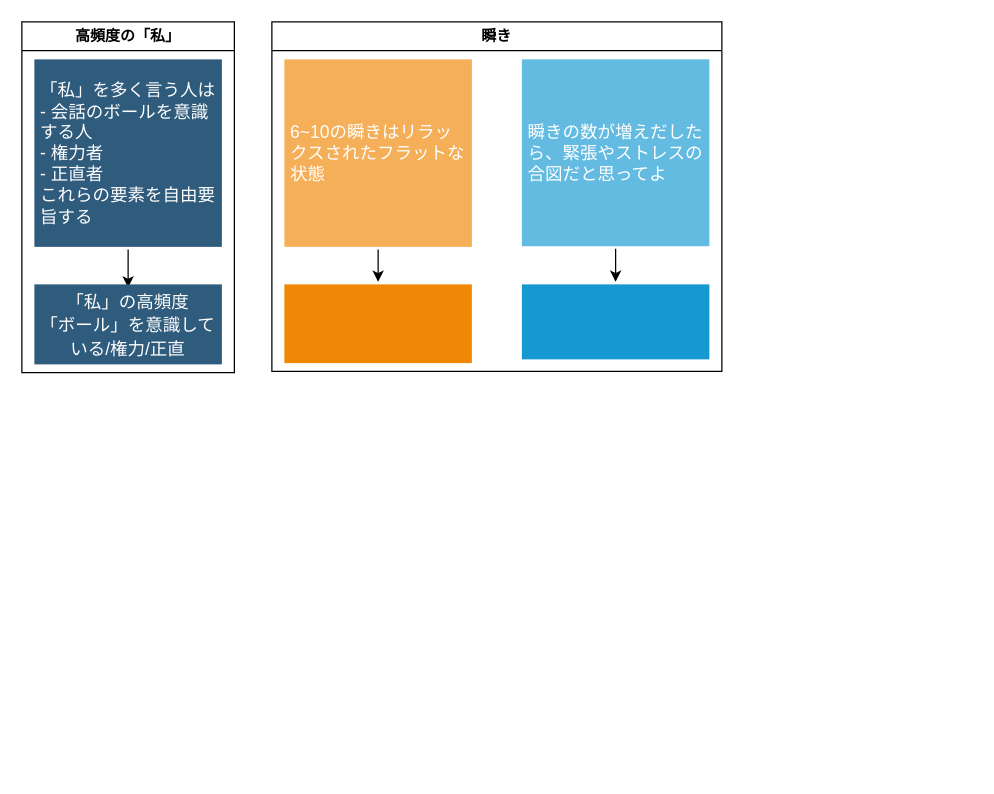
minegishirei/psy keeps this draw.io diagram as draw.io/read_eye.drawio. Above is the earlier version. Source tidied: cells renumbered, new cells numbered last; positions are measured from the earlier drawing's top-left corner, leaving out a move shared by most shapes. Both pictures are drawn from the tidied source at 125%, with x=0, y=0 at pixel (21, 21).
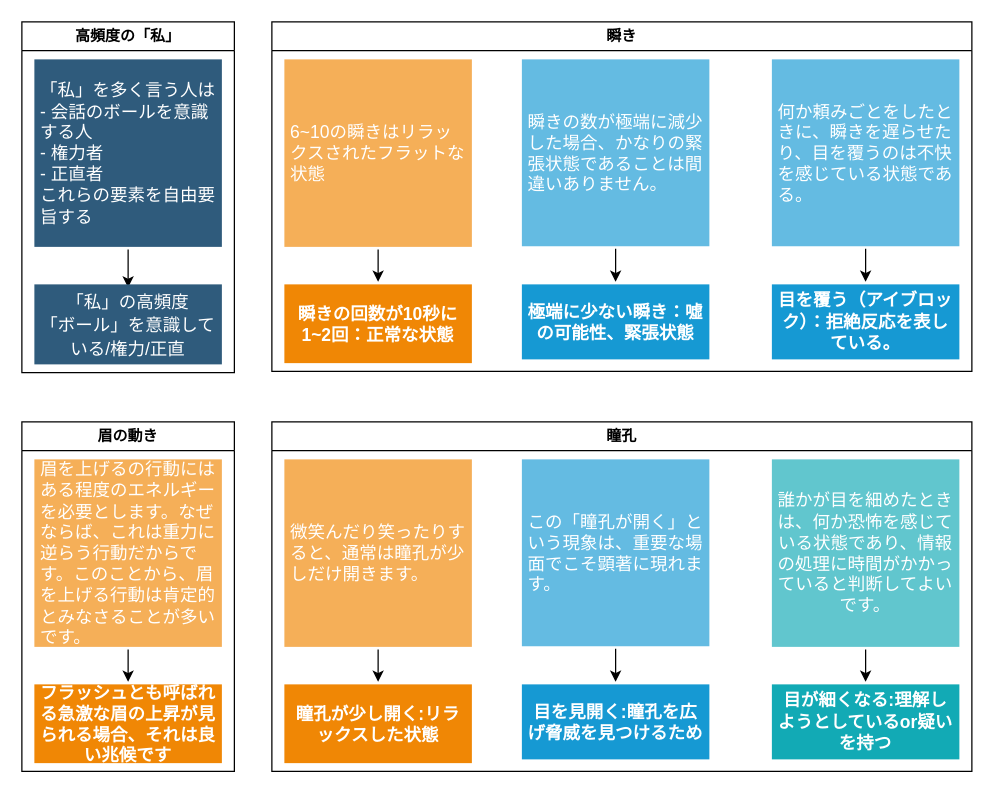
After the change.

Commit message (it also covers changes not shown here):
read_eye.drawio を更新します

The edit, as a diff of the source:
```diff
@@
     <mxCell id="6" value="瞬き" style="swimlane;whiteSpace=wrap;html=1;startSize=23;" parent="1" vertex="1">
-      <mxGeometry x="200" width="360" height="279.5" as="geometry" />
+      <mxGeometry x="200" width="560" height="279.5" as="geometry" />
     </mxCell>
-    <mxCell id="7" value="&lt;div&gt;&lt;/div&gt;" style="rounded=1;whiteSpace=wrap;html=1;shadow=0;labelBackgroundColor=none;strokeColor=none;strokeWidth=3;fillColor=#F08705;fontFamily=Helvetica;fontSize=14;fontColor=#FFFFFF;align=center;spacing=5;fontStyle=1;arcSize=0;perimeterSpacing=2;" parent="6" vertex="1">
+    <mxCell id="7" value="瞬きの回数が10秒に1~2回：正常な状態&lt;div&gt;&lt;/div&gt;" style="rounded=1;whiteSpace=wrap;html=1;shadow=0;labelBackgroundColor=none;strokeColor=none;strokeWidth=3;fillColor=#F08705;fontFamily=Helvetica;fontSize=14;fontColor=#FFFFFF;align=center;spacing=5;fontStyle=1;arcSize=0;perimeterSpacing=2;" parent="6" vertex="1">
       <mxGeometry x="10" y="210" width="150" height="63" as="geometry" />
     </mxCell>
@@
-    <mxCell id="10" style="rounded=1;whiteSpace=wrap;html=1;shadow=0;labelBackgroundColor=none;strokeColor=none;strokeWidth=3;fillColor=#1699d3;fontFamily=Helvetica;fontSize=14;fontColor=#FFFFFF;align=center;spacing=5;fontStyle=1;arcSize=0;perimeterSpacing=2;" parent="6" vertex="1">
+    <mxCell id="10" value="極端に少ない瞬き：噓の可能性、緊張状態" style="rounded=1;whiteSpace=wrap;html=1;shadow=0;labelBackgroundColor=none;strokeColor=none;strokeWidth=3;fillColor=#1699d3;fontFamily=Helvetica;fontSize=14;fontColor=#FFFFFF;align=center;spacing=5;fontStyle=1;arcSize=0;perimeterSpacing=2;" parent="6" vertex="1">
       <mxGeometry x="200" y="210" width="150" height="60" as="geometry" />
     </mxCell>
@@
-    <mxCell id="12" value="瞬きの数が増えだしたら、緊張やストレスの合図だと思ってよ" style="rounded=1;whiteSpace=wrap;html=1;shadow=0;labelBackgroundColor=none;strokeColor=none;strokeWidth=3;fillColor=#64bbe2;fontFamily=Helvetica;fontSize=14;fontColor=#FFFFFF;align=left;spacing=5;arcSize=0;perimeterSpacing=2;" parent="6" vertex="1">
+    <mxCell id="12" value="瞬きの数が極端に減少した場合、かなりの緊張状態であることは間違いありません。" style="rounded=1;whiteSpace=wrap;html=1;shadow=0;labelBackgroundColor=none;strokeColor=none;strokeWidth=3;fillColor=#64bbe2;fontFamily=Helvetica;fontSize=14;fontColor=#FFFFFF;align=left;spacing=5;arcSize=0;perimeterSpacing=2;" parent="6" vertex="1">
       <mxGeometry x="200" y="30" width="150" height="149.5" as="geometry" />
     </mxCell>
+    <mxCell id="13" value="目を覆う（アイブロック）：拒絶反応を表している。" style="rounded=1;whiteSpace=wrap;html=1;shadow=0;labelBackgroundColor=none;strokeColor=none;strokeWidth=3;fillColor=#1699d3;fontFamily=Helvetica;fontSize=14;fontColor=#FFFFFF;align=center;spacing=5;fontStyle=1;arcSize=0;perimeterSpacing=2;" parent="6" vertex="1">
+      <mxGeometry x="400" y="210" width="150" height="60" as="geometry" />
+    </mxCell>
+    <mxCell id="14" style="edgeStyle=orthogonalEdgeStyle;rounded=0;jettySize=auto;html=1;entryX=0.5;entryY=0;entryDx=0;entryDy=0;" parent="6" edge="1" source="15" target="13">
+      <mxGeometry relative="1" as="geometry" />
+    </mxCell>
+    <mxCell id="15" value="何か頼みごとをしたときに、瞬きを遅らせたり、目を覆うのは不快を感じている状態である。" style="rounded=1;whiteSpace=wrap;html=1;shadow=0;labelBackgroundColor=none;strokeColor=none;strokeWidth=3;fillColor=#64bbe2;fontFamily=Helvetica;fontSize=14;fontColor=#FFFFFF;align=left;spacing=5;arcSize=0;perimeterSpacing=2;" parent="6" vertex="1">
+      <mxGeometry x="400" y="30" width="150" height="149.5" as="geometry" />
+    </mxCell>
+    <mxCell id="16" value="眉の動き" style="swimlane;whiteSpace=wrap;html=1;startSize=23;" parent="1" vertex="1">
+      <mxGeometry y="320" width="170" height="279.5" as="geometry" />
+    </mxCell>
+    <mxCell id="17" value="フラッシュとも呼ばれる急激な眉の上昇が見られる場合、それは良い兆候です&lt;div&gt;&lt;/div&gt;" style="rounded=1;whiteSpace=wrap;html=1;shadow=0;labelBackgroundColor=none;strokeColor=none;strokeWidth=3;fillColor=#F08705;fontFamily=Helvetica;fontSize=14;fontColor=#FFFFFF;align=center;spacing=5;fontStyle=1;arcSize=0;perimeterSpacing=2;" parent="16" vertex="1">
+      <mxGeometry x="10" y="210" width="150" height="63" as="geometry" />
+    </mxCell>
+    <mxCell id="18" style="edgeStyle=orthogonalEdgeStyle;rounded=0;jettySize=auto;html=1;" parent="16" edge="1" source="19" target="17">
+      <mxGeometry relative="1" as="geometry" />
+    </mxCell>
+    <mxCell id="19" value="&lt;div&gt;眉を上げるの行動にはある程度のエネルギーを必要とします。なぜならば、これは重力に逆らう行動だからです。このことから、眉を上げる&lt;span style=&quot;background-color: initial;&quot;&gt;行動は肯定的とみなさることが多いです。&lt;/span&gt;&lt;/div&gt;" style="rounded=1;whiteSpace=wrap;html=1;shadow=0;labelBackgroundColor=none;strokeColor=none;strokeWidth=3;fillColor=#f5af58;fontFamily=Helvetica;fontSize=14;fontColor=#FFFFFF;align=left;spacing=5;arcSize=0;perimeterSpacing=2;" parent="16" vertex="1">
+      <mxGeometry x="10" y="30" width="150" height="150" as="geometry" />
+    </mxCell>
+    <mxCell id="20" value="瞳孔" style="swimlane;whiteSpace=wrap;html=1;startSize=23;" parent="1" vertex="1">
+      <mxGeometry x="200" y="320" width="560" height="279.5" as="geometry" />
+    </mxCell>
+    <mxCell id="21" value="瞳孔が少し開く:リラックスした状態&lt;div&gt;&lt;/div&gt;" style="rounded=1;whiteSpace=wrap;html=1;shadow=0;labelBackgroundColor=none;strokeColor=none;strokeWidth=3;fillColor=#F08705;fontFamily=Helvetica;fontSize=14;fontColor=#FFFFFF;align=center;spacing=5;fontStyle=1;arcSize=0;perimeterSpacing=2;" parent="20" vertex="1">
+      <mxGeometry x="10" y="210" width="150" height="63" as="geometry" />
+    </mxCell>
+    <mxCell id="22" style="edgeStyle=orthogonalEdgeStyle;rounded=0;jettySize=auto;html=1;" parent="20" edge="1" source="23" target="21">
+      <mxGeometry relative="1" as="geometry" />
+    </mxCell>
+    <mxCell id="23" value="微笑んだり笑ったりすると、通常は瞳孔が少しだけ開きます。" style="rounded=1;whiteSpace=wrap;html=1;shadow=0;labelBackgroundColor=none;strokeColor=none;strokeWidth=3;fillColor=#f5af58;fontFamily=Helvetica;fontSize=14;fontColor=#FFFFFF;align=left;spacing=5;arcSize=0;perimeterSpacing=2;" parent="20" vertex="1">
+      <mxGeometry x="10" y="30" width="150" height="150" as="geometry" />
+    </mxCell>
+    <mxCell id="24" value="目を見開く:瞳孔を広げ脅威を見つけるため" style="rounded=1;whiteSpace=wrap;html=1;shadow=0;labelBackgroundColor=none;strokeColor=none;strokeWidth=3;fillColor=#1699d3;fontFamily=Helvetica;fontSize=14;fontColor=#FFFFFF;align=center;spacing=5;fontStyle=1;arcSize=0;perimeterSpacing=2;" parent="20" vertex="1">
+      <mxGeometry x="200" y="210" width="150" height="60" as="geometry" />
+    </mxCell>
+    <mxCell id="25" style="edgeStyle=orthogonalEdgeStyle;rounded=0;jettySize=auto;html=1;entryX=0.5;entryY=0;entryDx=0;entryDy=0;" parent="20" edge="1" source="26" target="24">
+      <mxGeometry relative="1" as="geometry" />
+    </mxCell>
+    <mxCell id="26" value="この「瞳孔が開く」という現象は、重要な場面でこそ顕著に現れます。" style="rounded=1;whiteSpace=wrap;html=1;shadow=0;labelBackgroundColor=none;strokeColor=none;strokeWidth=3;fillColor=#64bbe2;fontFamily=Helvetica;fontSize=14;fontColor=#FFFFFF;align=left;spacing=5;arcSize=0;perimeterSpacing=2;" parent="20" vertex="1">
+      <mxGeometry x="200" y="30" width="150" height="149.5" as="geometry" />
+    </mxCell>
+    <mxCell id="27" style="edgeStyle=orthogonalEdgeStyle;rounded=0;jettySize=auto;html=1;" parent="20" edge="1" source="28" target="29">
+      <mxGeometry relative="1" as="geometry" />
+    </mxCell>
+    <mxCell id="28" value="誰かが目を細めたときは、何か恐怖を感じている状態であり、情報の処理に時間がかかっていると判断してよいです。" style="rounded=1;whiteSpace=wrap;html=1;shadow=0;labelBackgroundColor=none;strokeColor=none;strokeWidth=3;fillColor=#61c6ce;fontFamily=Helvetica;fontSize=14;fontColor=#FFFFFF;align=center;spacing=5;fontStyle=0;arcSize=0;perimeterSpacing=2;" parent="20" vertex="1">
+      <mxGeometry x="400" y="30" width="150" height="150" as="geometry" />
+    </mxCell>
+    <mxCell id="29" value="目が細くなる:理解しようとしているor疑いを持つ" style="rounded=1;whiteSpace=wrap;html=1;shadow=0;labelBackgroundColor=none;strokeColor=none;strokeWidth=3;fillColor=#12aab5;fontFamily=Helvetica;fontSize=14;fontColor=#FFFFFF;align=center;spacing=5;fontStyle=1;arcSize=0;perimeterSpacing=2;" parent="20" vertex="1">
+      <mxGeometry x="400" y="210" width="150" height="60" as="geometry" />
+    </mxCell>
```
